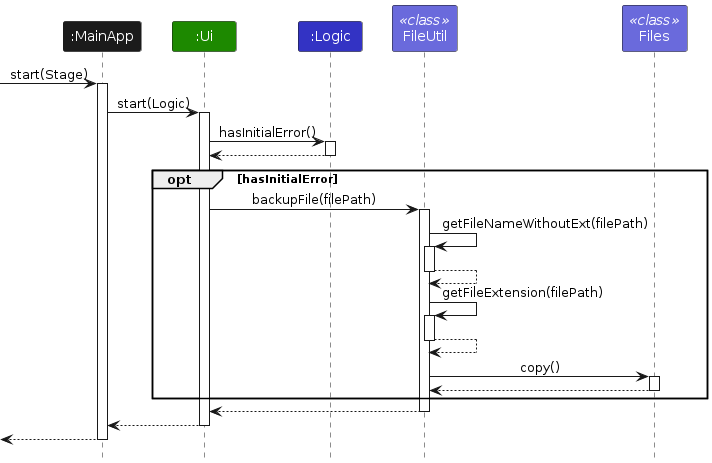
The PlantUML diagram diagrams/BackupOnCorruptSequenceDiagram.png in AY2425S2-CS2103T-F10-3/tp, before a commit. Its source is kept beside it as diagrams/BackupOnCorruptSequenceDiagram.puml.
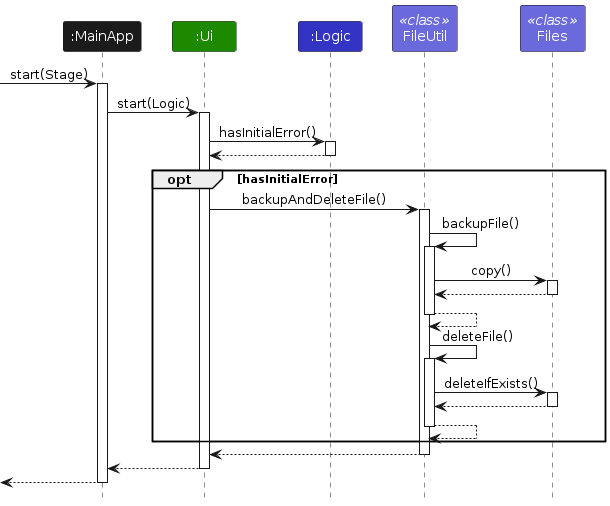
After the change.

The edit, as a diff of the source:
```diff
@@ -18,24 +18,29 @@
 
 participant "FileUtil" as FileUtil <<class>> LOGIC_COLOR_T2
 opt hasInitialError
-Ui -> FileUtil : backupFile(filePath)
+Ui -> FileUtil : backupAndDeleteFile()
 activate FileUtil
 
-FileUtil -> FileUtil : getFileNameWithoutExt(filePath)
+FileUtil -> FileUtil : backupFile()
 activate FileUtil
-FileUtil --> FileUtil
-deactivate FileUtil
-
-FileUtil -> FileUtil : getFileExtension(filePath)
-activate FileUtil
-FileUtil --> FileUtil
-deactivate FileUtil
 
 participant "Files" as Files <<class>> LOGIC_COLOR_T2
 FileUtil -> Files : copy()
 activate Files
 FileUtil <-- Files
 deactivate Files
+FileUtil --> FileUtil
+deactivate FileUtil
+
+FileUtil -> FileUtil : deleteFile()
+activate FileUtil
+FileUtil -> Files : deleteIfExists()
+activate Files
+FileUtil <-- Files
+deactivate Files
+FileUtil --> FileUtil
+deactivate FileUtil
+
 end
 
 Ui <-- FileUtil
```
